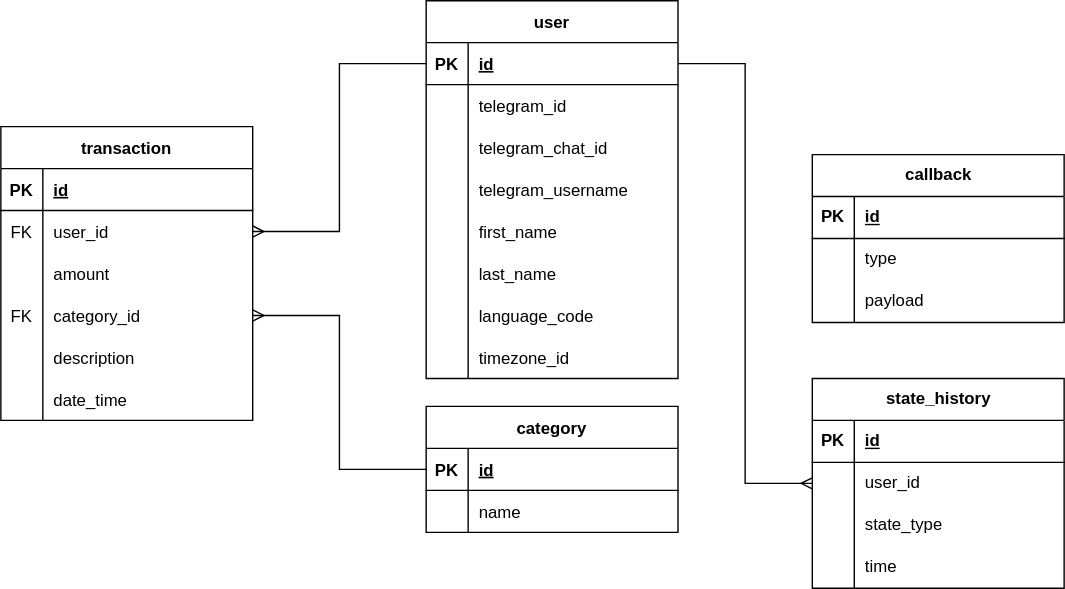
Above: database-diagram.drawio.svg in msemitkin/financie (draw.io), before the change. Source tidied: cells renumbered, new cells last; positions are measured from the earlier drawing's top-left corner, leaving out a move shared by most shapes.
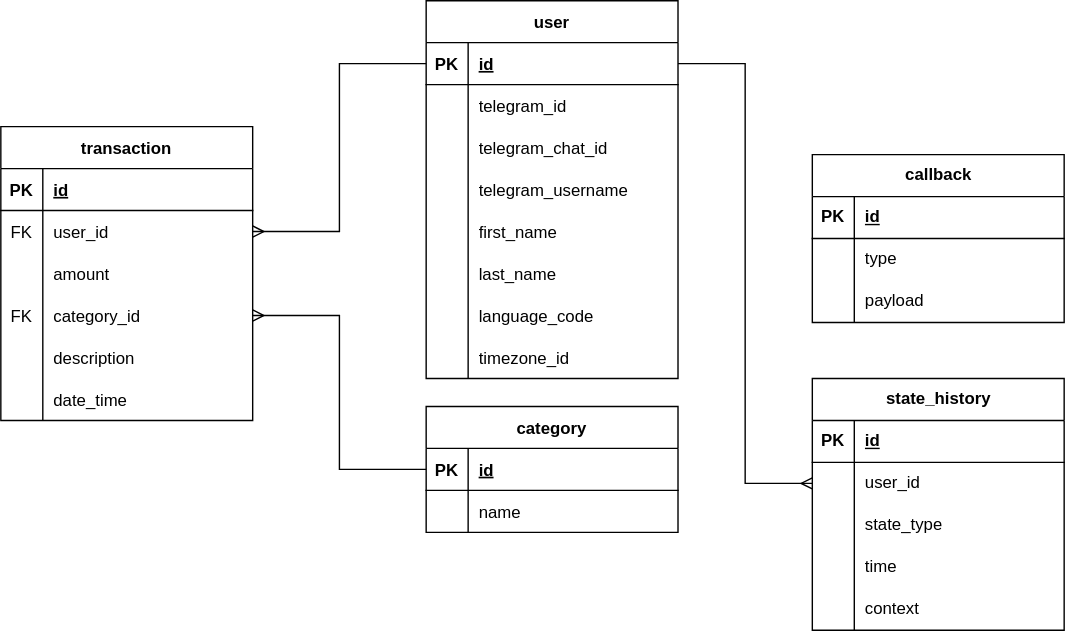
After the change.

Commit message:
actualize database diagram

Diff of the diagram source:
```diff
@@ -186,7 +186,7 @@
       <mxGeometry x="30" width="150" height="30" as="geometry" />
     </mxCell>
     <mxCell id="63" value="state_history" style="shape=table;startSize=30;rowLines=0;fontStyle=1;align=center;html=1;" parent="1" vertex="1">
-      <mxGeometry x="580" y="270" width="180" height="150" as="geometry" />
+      <mxGeometry x="580" y="270" width="180" height="180" as="geometry" />
     </mxCell>
     <mxCell id="64" style="shape=tableRow;horizontal=0;startSize=0;swimlaneHead=0;swimlaneBody=0;fillColor=none;top=0;left=0;right=0;bottom=1;" parent="63" vertex="1">
       <mxGeometry y="30" width="180" height="30" as="geometry" />
@@ -224,6 +224,15 @@
     <mxCell id="75" value="time" style="shape=partialRectangle;fillColor=none;top=0;left=0;bottom=0;right=0;align=left;spacingLeft=6;overflow=hidden;whiteSpace=wrap;html=1;" parent="73" vertex="1">
       <mxGeometry x="30" width="150" height="30" as="geometry" />
     </mxCell>
+    <mxCell id="79" style="shape=tableRow;horizontal=0;startSize=0;swimlaneHead=0;swimlaneBody=0;fillColor=none;top=0;left=0;right=0;bottom=0;" parent="63" vertex="1">
+      <mxGeometry y="150" width="180" height="30" as="geometry" />
+    </mxCell>
+    <mxCell id="80" style="shape=partialRectangle;fillColor=none;top=0;left=0;bottom=0;right=0;overflow=hidden;whiteSpace=wrap;html=1;" parent="79" vertex="1">
+      <mxGeometry width="30" height="30" as="geometry" />
+    </mxCell>
+    <mxCell id="81" value="context" style="shape=partialRectangle;fillColor=none;top=0;left=0;bottom=0;right=0;align=left;spacingLeft=6;overflow=hidden;whiteSpace=wrap;html=1;" parent="79" vertex="1">
+      <mxGeometry x="30" width="150" height="30" as="geometry" />
+    </mxCell>
     <mxCell id="76" style="edgeStyle=orthogonalEdgeStyle;rounded=0;jettySize=auto;html=1;exitX=1;exitY=0.5;exitDx=0;exitDy=0;entryX=0;entryY=0.5;entryDx=0;entryDy=0;endArrow=ERmany;endFill=0;" parent="1" edge="1" source="29" target="67">
       <mxGeometry relative="1" as="geometry" />
     </mxCell>
```
